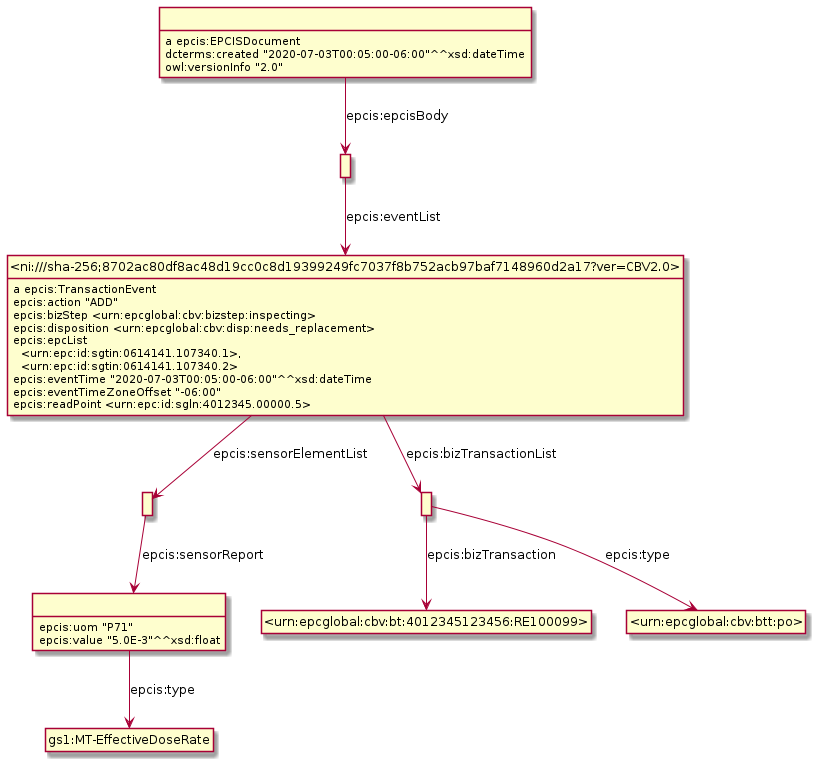
Before: Diagrams/WithSensorData/SensorDataExample11.png, a diagram exported from PlantUML (gs1/EPCIS).
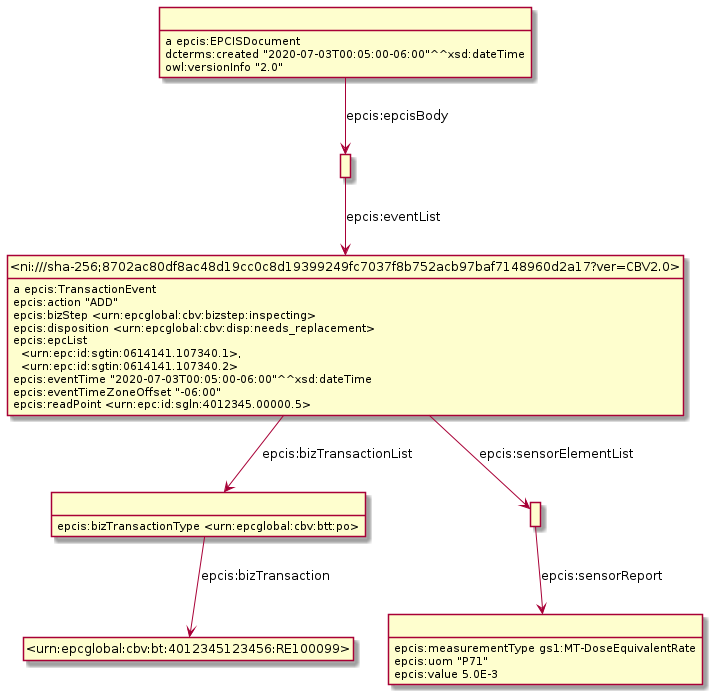
The same diagram one commit later.

Change to the diagram source:
```diff
@@ -3,18 +3,12 @@
 hide empty attributes
 hide circle
 skinparam classAttributeIconSize 0
-class _r1623307969r4_ as " "
-class gs1_MT_EffectiveDoseRate as "gs1:MT-EffectiveDoseRate"
-_r1623307969r4_ -down-> gs1_MT_EffectiveDoseRate : epcis:type
-_r1623307969r4_ : epcis:uom "P71"
-_r1623307969r4_ : epcis:value "5.0E-3"^^xsd:float
-class _r1623307969r3_ as " "
-_r1623307969r3_ -down-> _r1623307969r4_ : epcis:sensorReport
 class _ni_sha_256_8702ac80df8ac48d19cc0c8d19399249fc7037f8b752acb97baf7148960d2a17_ver_CBV2_0_ as "<ni:///sha-256;8702ac80df8ac48d19cc0c8d19399249fc7037f8b752acb97baf7148960d2a17?ver=CBV2.0>"
 _ni_sha_256_8702ac80df8ac48d19cc0c8d19399249fc7037f8b752acb97baf7148960d2a17_ver_CBV2_0_ : a epcis:TransactionEvent
-_ni_sha_256_8702ac80df8ac48d19cc0c8d19399249fc7037f8b752acb97baf7148960d2a17_ver_CBV2_0_ -down-> _r1623307969r3_ : epcis:sensorElementList
-class _r1623307969r2_ as " "
-_ni_sha_256_8702ac80df8ac48d19cc0c8d19399249fc7037f8b752acb97baf7148960d2a17_ver_CBV2_0_ -down-> _r1623307969r2_ : epcis:bizTransactionList
+class _r1623934104r0_ as " "
+_ni_sha_256_8702ac80df8ac48d19cc0c8d19399249fc7037f8b752acb97baf7148960d2a17_ver_CBV2_0_ -down-> _r1623934104r0_ : epcis:bizTransactionList
+class _r1623934104r1_ as " "
+_ni_sha_256_8702ac80df8ac48d19cc0c8d19399249fc7037f8b752acb97baf7148960d2a17_ver_CBV2_0_ -down-> _r1623934104r1_ : epcis:sensorElementList
 _ni_sha_256_8702ac80df8ac48d19cc0c8d19399249fc7037f8b752acb97baf7148960d2a17_ver_CBV2_0_ : epcis:action "ADD"
 _ni_sha_256_8702ac80df8ac48d19cc0c8d19399249fc7037f8b752acb97baf7148960d2a17_ver_CBV2_0_ : epcis:bizStep <urn:epcglobal:cbv:bizstep:inspecting>
 _ni_sha_256_8702ac80df8ac48d19cc0c8d19399249fc7037f8b752acb97baf7148960d2a17_ver_CBV2_0_ : epcis:disposition <urn:epcglobal:cbv:disp:needs_replacement>
@@ -22,15 +16,19 @@
 _ni_sha_256_8702ac80df8ac48d19cc0c8d19399249fc7037f8b752acb97baf7148960d2a17_ver_CBV2_0_ : epcis:eventTime "2020-07-03T00:05:00-06:00"^^xsd:dateTime
 _ni_sha_256_8702ac80df8ac48d19cc0c8d19399249fc7037f8b752acb97baf7148960d2a17_ver_CBV2_0_ : epcis:eventTimeZoneOffset "-06:00"
 _ni_sha_256_8702ac80df8ac48d19cc0c8d19399249fc7037f8b752acb97baf7148960d2a17_ver_CBV2_0_ : epcis:readPoint <urn:epc:id:sgln:4012345.00000.5>
+class _r1623934104r2_ as " "
+_r1623934104r1_ -down-> _r1623934104r2_ : epcis:sensorReport
 class _urn_epcglobal_cbv_bt_4012345123456_RE100099_ as "<urn:epcglobal:cbv:bt:4012345123456:RE100099>"
-_r1623307969r2_ -down-> _urn_epcglobal_cbv_bt_4012345123456_RE100099_ : epcis:bizTransaction
-class _urn_epcglobal_cbv_btt_po_ as "<urn:epcglobal:cbv:btt:po>"
-_r1623307969r2_ -down-> _urn_epcglobal_cbv_btt_po_ : epcis:type
-class _r1623307969r0_ as " "
-_r1623307969r0_ : a epcis:EPCISDocument
-class _r1623307969r1_ as " "
-_r1623307969r0_ -down-> _r1623307969r1_ : epcis:epcisBody
-_r1623307969r0_ : dcterms:created "2020-07-03T00:05:00-06:00"^^xsd:dateTime
-_r1623307969r0_ : owl:versionInfo "2.0"
-_r1623307969r1_ -down-> _ni_sha_256_8702ac80df8ac48d19cc0c8d19399249fc7037f8b752acb97baf7148960d2a17_ver_CBV2_0_ : epcis:eventList
+_r1623934104r0_ -down-> _urn_epcglobal_cbv_bt_4012345123456_RE100099_ : epcis:bizTransaction
+_r1623934104r0_ : epcis:bizTransactionType <urn:epcglobal:cbv:btt:po>
+_r1623934104r2_ : epcis:measurementType gs1:MT-DoseEquivalentRate
+_r1623934104r2_ : epcis:uom "P71"
+_r1623934104r2_ : epcis:value 5.0E-3
+class _r1623934104r4_ as " "
+_r1623934104r4_ -down-> _ni_sha_256_8702ac80df8ac48d19cc0c8d19399249fc7037f8b752acb97baf7148960d2a17_ver_CBV2_0_ : epcis:eventList
+class _r1623934104r3_ as " "
+_r1623934104r3_ : a epcis:EPCISDocument
+_r1623934104r3_ -down-> _r1623934104r4_ : epcis:epcisBody
+_r1623934104r3_ : dcterms:created "2020-07-03T00:05:00-06:00"^^xsd:dateTime
+_r1623934104r3_ : owl:versionInfo "2.0"
 @enduml
```
